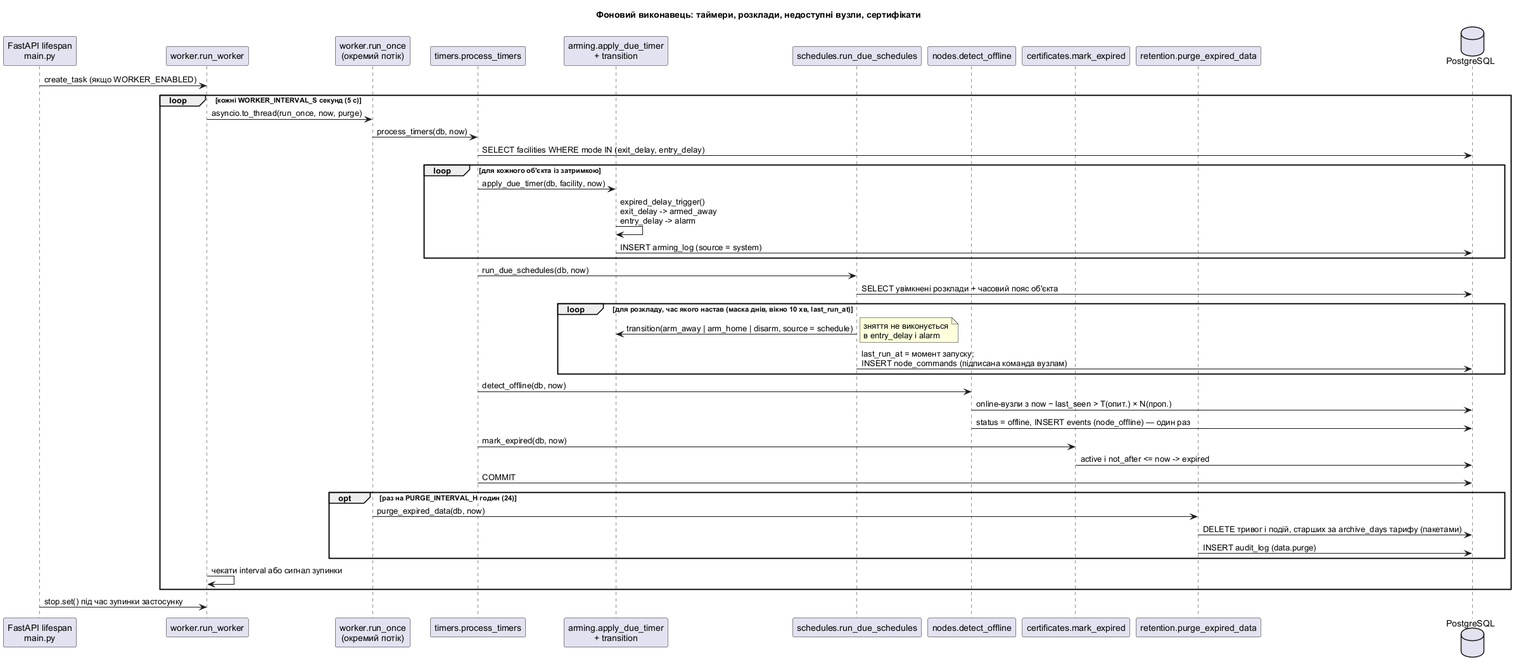
This is docs/diagrams/sequence-timers.png from NureDribnytsiaNazar/oberih, a PlantUML export, as it was before one commit.
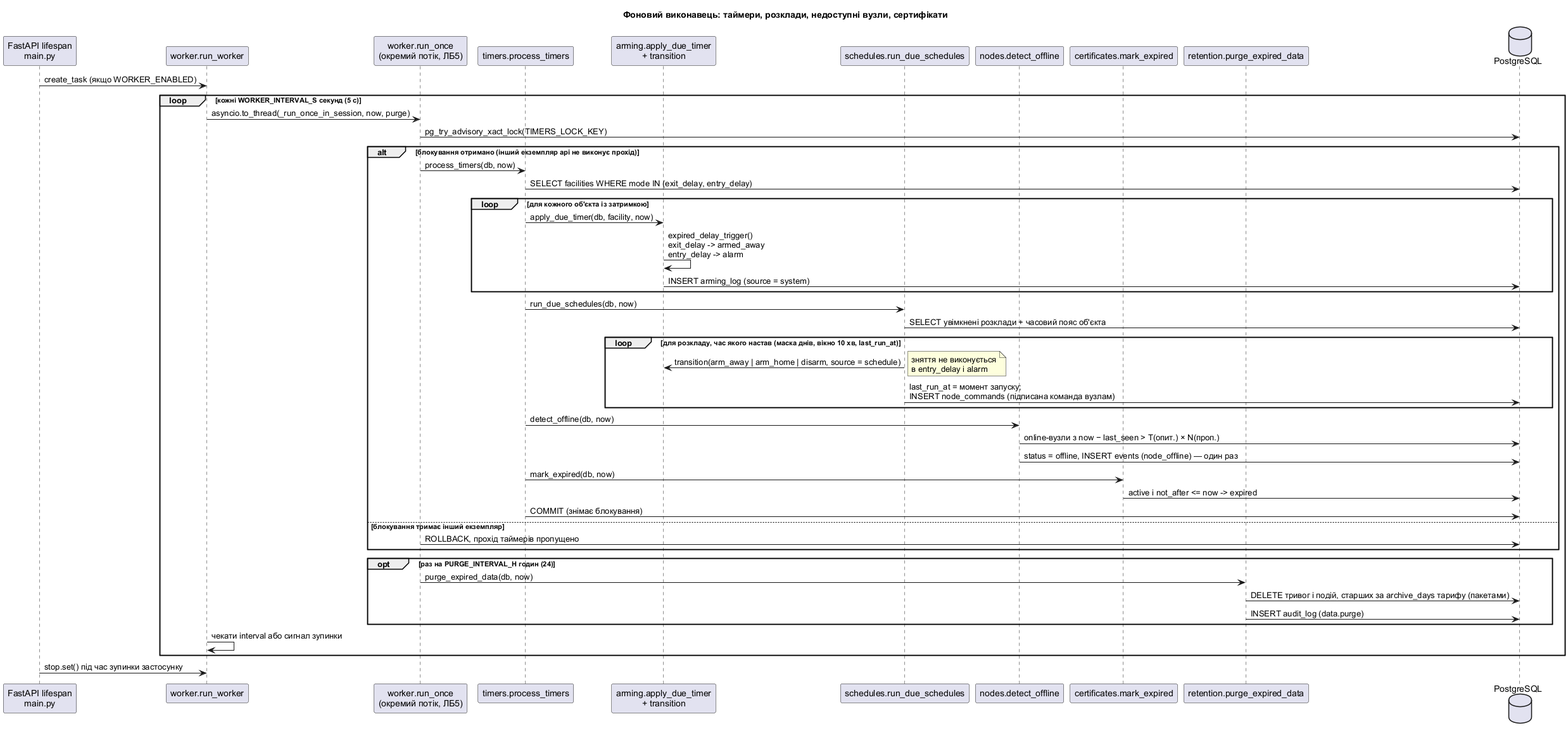
After the change.

Commit message:
Документація: діаграма таймерів ЛБ5 — рекомендаційне блокування проходу

The edit, as a diff of the source:
```diff
@@ -5,7 +5,7 @@
 
 participant "FastAPI lifespan\nmain.py" as Life
 participant "worker.run_worker" as Worker
-participant "worker.run_once\n(окремий потік)" as Once
+participant "worker.run_once\n(окремий потік, ЛБ5)" as Once
 participant "timers.process_timers" as Timers
 participant "arming.apply_due_timer\n+ transition" as Arming
 participant "schedules.run_due_schedules" as Sched
@@ -16,7 +16,9 @@
 
 Life -> Worker : create_task (якщо WORKER_ENABLED)
 loop кожні WORKER_INTERVAL_S секунд (5 с)
-  Worker -> Once : asyncio.to_thread(run_once, now, purge)
+  Worker -> Once : asyncio.to_thread(_run_once_in_session, now, purge)
+  Once -> Db : pg_try_advisory_xact_lock(TIMERS_LOCK_KEY)
+  alt блокування отримано (інший екземпляр api не виконує прохід)
   Once -> Timers : process_timers(db, now)
   Timers -> Db : SELECT facilities WHERE mode IN (exit_delay, entry_delay)
   loop для кожного об'єкта із затримкою
@@ -36,7 +38,10 @@
   Nodes -> Db : status = offline, INSERT events (node_offline) — один раз
   Timers -> Certs : mark_expired(db, now)
   Certs -> Db : active і not_after <= now -> expired
-  Timers -> Db : COMMIT
+  Timers -> Db : COMMIT (знімає блокування)
+  else блокування тримає інший екземпляр
+    Once -> Db : ROLLBACK, прохід таймерів пропущено
+  end
   opt раз на PURGE_INTERVAL_H годин (24)
     Once -> Purge : purge_expired_data(db, now)
     Purge -> Db : DELETE тривог і подій, старших за archive_days тарифу (пакетами)
```
